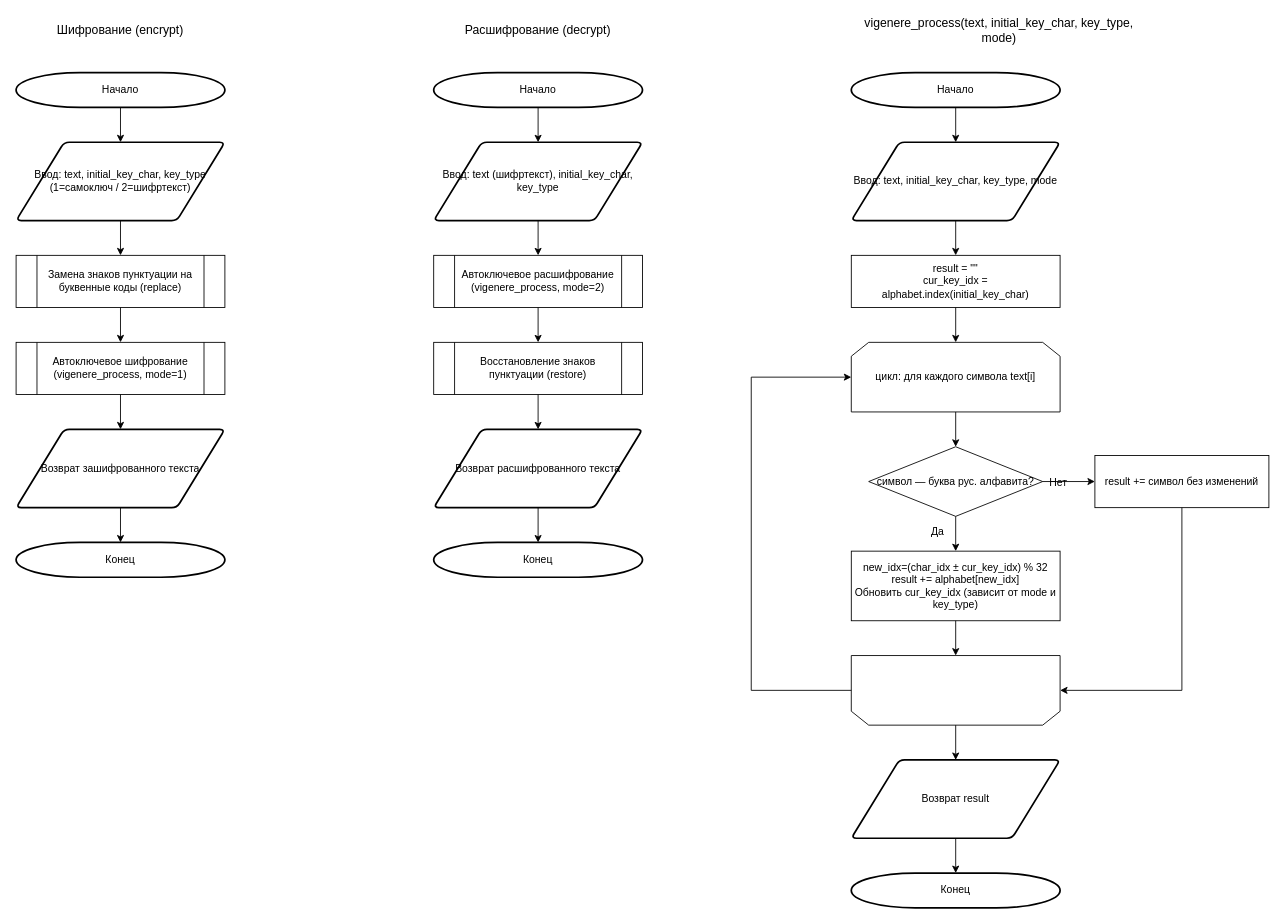
Above: vigenere_diagram.drawio in Laincetta/mospolytech-cryptography (draw.io), before the change. Source tidied: cells renumbered, new cells numbered last; positions are measured from the earlier drawing's top-left corner, leaving out a move shared by most shapes. Both pictures are drawn from the tidied source at 87%, with x=0, y=0 at pixel (16, 21).
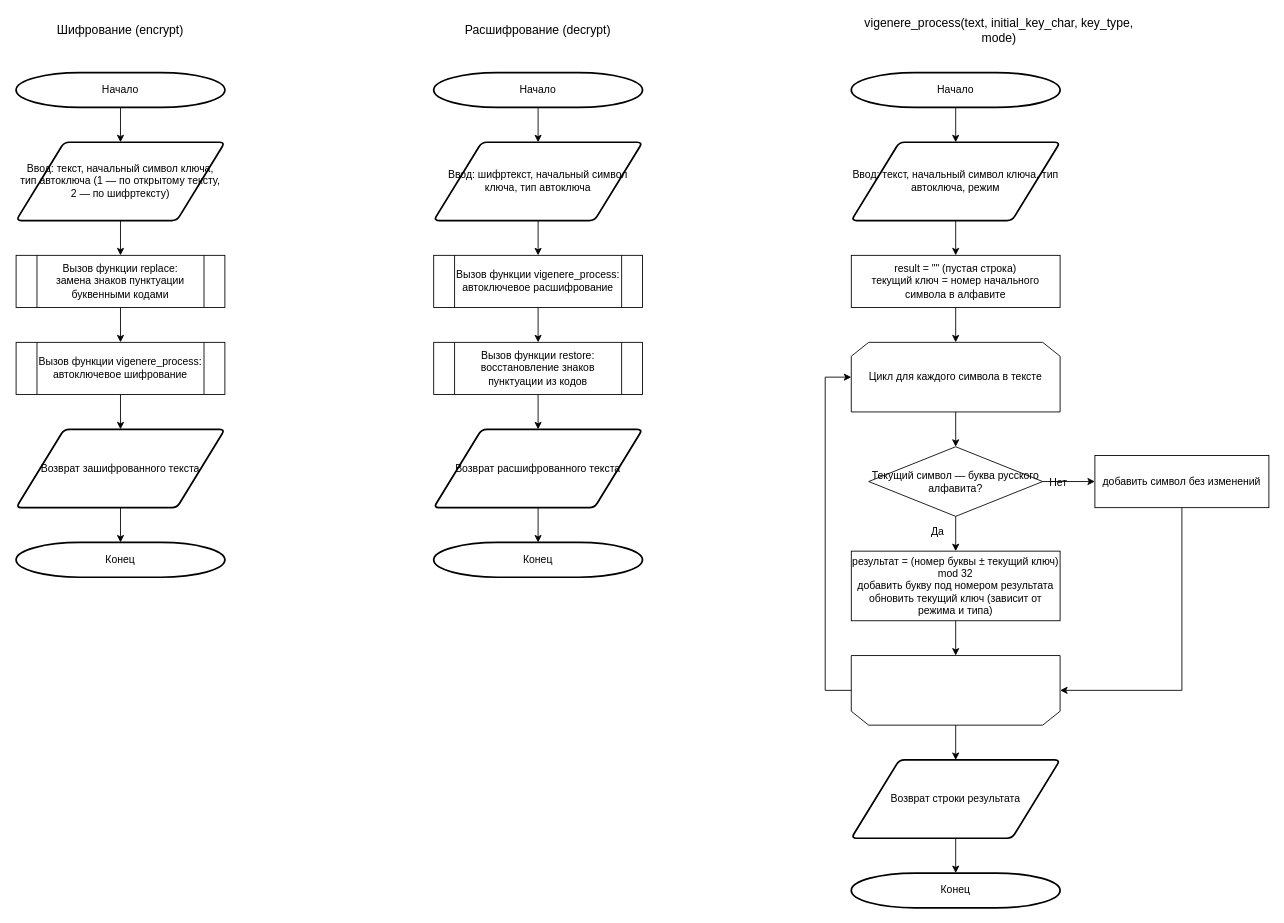
The same page after the edit.

Unchanged cells that the change refers to:
```xml
<mxCell id="37" style="text;html=1;whiteSpace=wrap;strokeColor=none;fillColor=none;opacity=0;" parent="1" vertex="1">
  <mxGeometry x="960" y="729" width="240" height="80" as="geometry" />
</mxCell>
```

Diff of the diagram source:
```diff
@@
-    <mxCell id="4" value="Ввод: text, initial_key_char, key_type (1=самоключ / 2=шифртекст)" style="shape=parallelogram;html=1;strokeWidth=2;perimeter=parallelogramPerimeter;whiteSpace=wrap;rounded=1;arcSize=12;size=0.23;" parent="1" vertex="1">
+    <mxCell id="4" value="Ввод: текст, начальный символ ключа,&#10;тип автоключа (1 — по открытому тексту, 2 — по шифртексту)" style="shape=parallelogram;html=1;strokeWidth=2;perimeter=parallelogramPerimeter;whiteSpace=wrap;rounded=1;arcSize=12;size=0.23;" parent="1" vertex="1">
       <mxGeometry y="139" width="240" height="90" as="geometry" />
     </mxCell>
-    <mxCell id="5" value="Замена знаков пунктуации на буквенные коды (replace)" style="shape=process;whiteSpace=wrap;html=1;backgroundOutline=1;" parent="1" vertex="1">
+    <mxCell id="5" value="Вызов функции replace:&#10;замена знаков пунктуации буквенными кодами" style="shape=process;whiteSpace=wrap;html=1;backgroundOutline=1;" parent="1" vertex="1">
       <mxGeometry y="269" width="240" height="60" as="geometry" />
     </mxCell>
-    <mxCell id="6" value="Автоключевое шифрование (vigenere_process, mode=1)" style="shape=process;whiteSpace=wrap;html=1;backgroundOutline=1;" parent="1" vertex="1">
+    <mxCell id="6" value="Вызов функции vigenere_process:&#10;автоключевое шифрование" style="shape=process;whiteSpace=wrap;html=1;backgroundOutline=1;" parent="1" vertex="1">
       <mxGeometry y="369" width="240" height="60" as="geometry" />
     </mxCell>
@@
-    <mxCell id="16" value="Ввод: text (шифртекст), initial_key_char, key_type" style="shape=parallelogram;html=1;strokeWidth=2;perimeter=parallelogramPerimeter;whiteSpace=wrap;rounded=1;arcSize=12;size=0.23;" parent="1" vertex="1">
+    <mxCell id="16" value="Ввод: шифртекст, начальный символ ключа, тип автоключа" style="shape=parallelogram;html=1;strokeWidth=2;perimeter=parallelogramPerimeter;whiteSpace=wrap;rounded=1;arcSize=12;size=0.23;" parent="1" vertex="1">
       <mxGeometry x="480" y="139" width="240" height="90" as="geometry" />
     </mxCell>
-    <mxCell id="17" value="Автоключевое расшифрование (vigenere_process, mode=2)" style="shape=process;whiteSpace=wrap;html=1;backgroundOutline=1;" parent="1" vertex="1">
+    <mxCell id="17" value="Вызов функции vigenere_process:&#10;автоключевое расшифрование" style="shape=process;whiteSpace=wrap;html=1;backgroundOutline=1;" parent="1" vertex="1">
       <mxGeometry x="480" y="269" width="240" height="60" as="geometry" />
     </mxCell>
-    <mxCell id="18" value="Восстановление знаков пунктуации (restore)" style="shape=process;whiteSpace=wrap;html=1;backgroundOutline=1;" parent="1" vertex="1">
+    <mxCell id="18" value="Вызов функции restore:&#10;восстановление знаков пунктуации из кодов" style="shape=process;whiteSpace=wrap;html=1;backgroundOutline=1;" parent="1" vertex="1">
       <mxGeometry x="480" y="369" width="240" height="60" as="geometry" />
     </mxCell>
@@
-    <mxCell id="28" value="Ввод: text, initial_key_char, key_type, mode" style="shape=parallelogram;html=1;strokeWidth=2;perimeter=parallelogramPerimeter;whiteSpace=wrap;rounded=1;arcSize=12;size=0.23;" parent="1" vertex="1">
+    <mxCell id="28" value="Ввод: текст, начальный символ ключа, тип автоключа, режим" style="shape=parallelogram;html=1;strokeWidth=2;perimeter=parallelogramPerimeter;whiteSpace=wrap;rounded=1;arcSize=12;size=0.23;" parent="1" vertex="1">
       <mxGeometry x="960" y="139" width="240" height="90" as="geometry" />
     </mxCell>
-    <mxCell id="29" value="result = &quot;&quot;&#10;cur_key_idx = alphabet.index(initial_key_char)" style="rounded=0;whiteSpace=wrap;html=1;" parent="1" vertex="1">
+    <mxCell id="29" value="result = &amp;quot;&amp;quot; (пустая строка)&#10;текущий ключ = номер начального символа в алфавите" style="rounded=0;whiteSpace=wrap;html=1;" parent="1" vertex="1">
       <mxGeometry x="960" y="269" width="240" height="60" as="geometry" />
     </mxCell>
-    <mxCell id="30" value="цикл: для каждого символа text[i]" style="shape=loopLimit;whiteSpace=wrap;html=1;" parent="1" vertex="1">
+    <mxCell id="30" value="Цикл для каждого символа в тексте" style="shape=loopLimit;whiteSpace=wrap;html=1;" parent="1" vertex="1">
       <mxGeometry x="960" y="369" width="240" height="80" as="geometry" />
     </mxCell>
-    <mxCell id="31" value="символ — буква рус. алфавита?" style="rhombus;whiteSpace=wrap;html=1;" parent="1" vertex="1">
+    <mxCell id="31" value="Текущий символ — буква русского алфавита?" style="rhombus;whiteSpace=wrap;html=1;" parent="1" vertex="1">
       <mxGeometry x="980" y="489" width="200" height="80" as="geometry" />
     </mxCell>
@@
-    <mxCell id="34" value="new_idx=(char_idx ± cur_key_idx) % 32&#10;result += alphabet[new_idx]&#10;Обновить cur_key_idx (зависит от mode и key_type)" style="rounded=0;whiteSpace=wrap;html=1;" parent="1" vertex="1">
+    <mxCell id="34" value="результат = (номер буквы ± текущий ключ) mod 32&#10;добавить букву под номером результата&#10;обновить текущий ключ (зависит от режима и типа)" style="rounded=0;whiteSpace=wrap;html=1;" parent="1" vertex="1">
       <mxGeometry x="960" y="609" width="240" height="80" as="geometry" />
     </mxCell>
-    <mxCell id="35" value="result += символ без изменений" style="rounded=0;whiteSpace=wrap;html=1;" parent="1" vertex="1">
+    <mxCell id="35" value="добавить символ без изменений" style="rounded=0;whiteSpace=wrap;html=1;" parent="1" vertex="1">
       <mxGeometry x="1240" y="499" width="200" height="60" as="geometry" />
     </mxCell>
@@
-    <mxCell id="38" value="Возврат result" style="shape=parallelogram;html=1;strokeWidth=2;perimeter=parallelogramPerimeter;whiteSpace=wrap;rounded=1;arcSize=12;size=0.23;" parent="1" vertex="1">
+    <mxCell id="38" value="Возврат строки результата" style="shape=parallelogram;html=1;strokeWidth=2;perimeter=parallelogramPerimeter;whiteSpace=wrap;rounded=1;arcSize=12;size=0.23;" parent="1" vertex="1">
       <mxGeometry x="960" y="849" width="240" height="90" as="geometry" />
     </mxCell>
@@
     <mxCell id="48" style="edgeStyle=orthogonalEdgeStyle;rounded=0;jettySize=auto;html=1;exitX=0;exitY=0.5;exitDx=0;exitDy=0;entryX=0;entryY=0.5;entryDx=0;entryDy=0;" parent="1" edge="1" source="37" target="30">
       <mxGeometry relative="1" as="geometry">
         <Array as="points">
-          <mxPoint x="845" y="769" />
-          <mxPoint x="845" y="409" />
+          <mxPoint x="930" y="769" />
+          <mxPoint x="930" y="409" />
         </Array>
       </mxGeometry>
     </mxCell>
```
